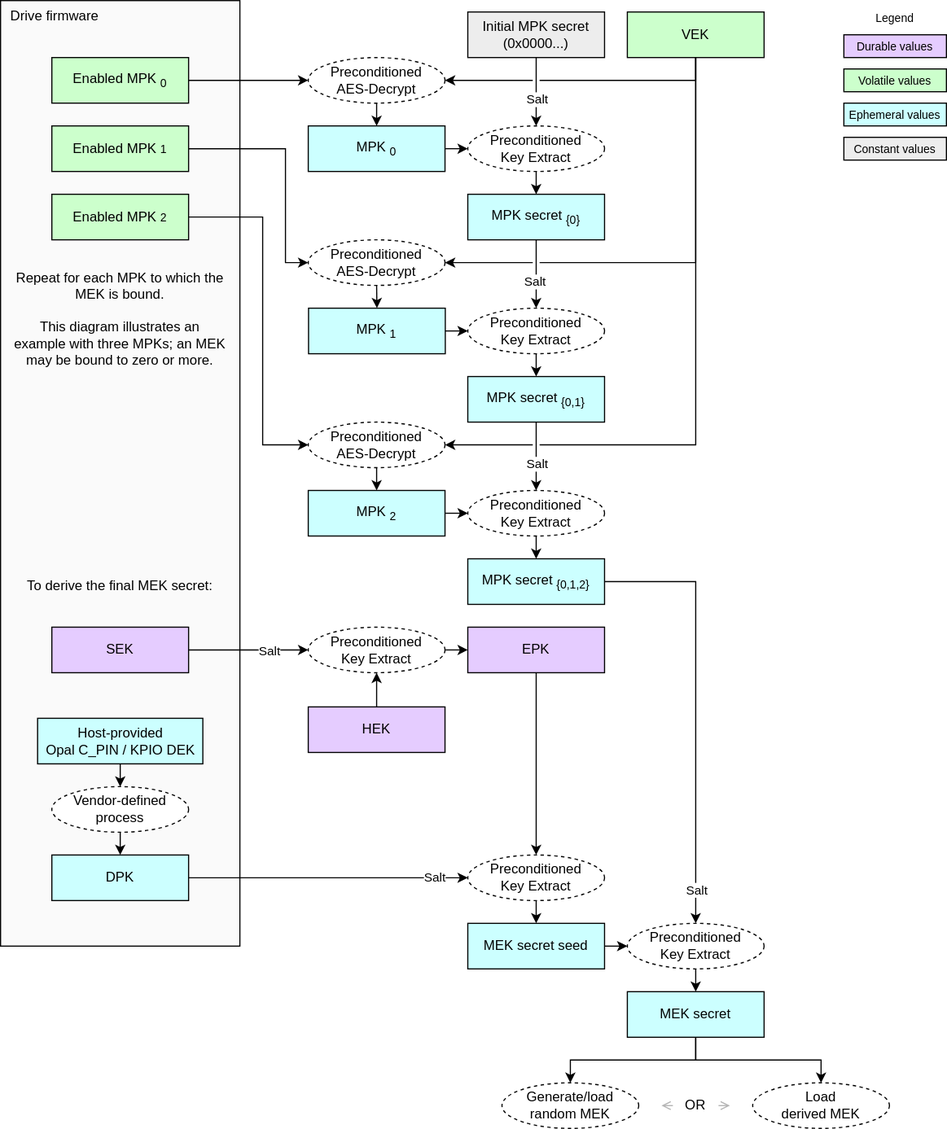
This is doc/ocp_lock/diagrams/mek_secret_derivation.drawio.svg from chipsalliance/Caliptra, a draw.io export, as it was before one commit. Source tidied: cells renumbered, new cells last; positions are measured from the earlier drawing's top-left corner, leaving out a move shared by most shapes.
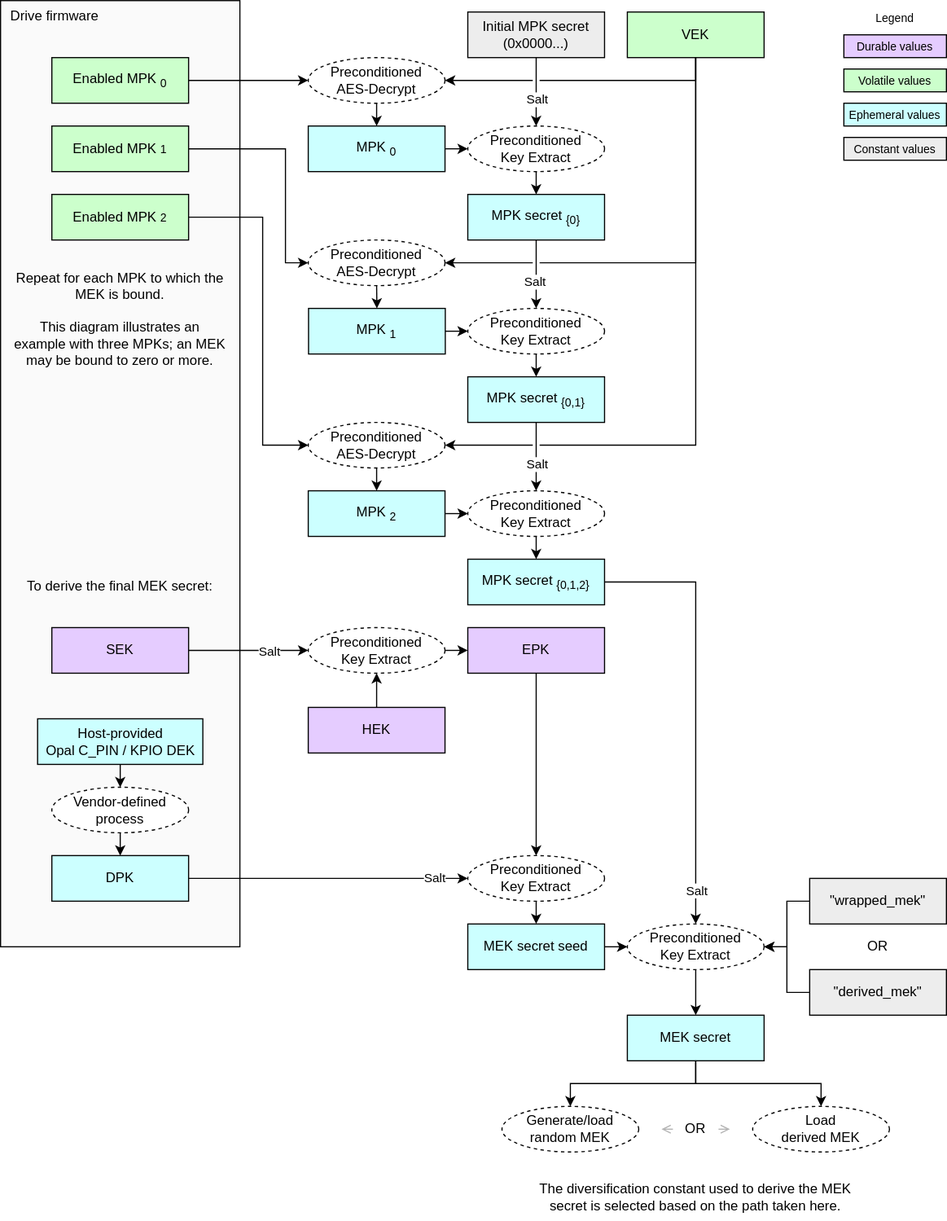
Later version of the same file.

Commit message:
Make better use of diversification constants. (#520)

What changed in the source:
```diff
@@ -131,7 +131,7 @@
       <mxGeometry x="20" y="500" width="170" height="40" as="geometry" />
     </mxCell>
     <mxCell id="41" value="Load&lt;div&gt;derived MEK&lt;/div&gt;" style="ellipse;whiteSpace=wrap;html=1;fillColor=#FFFFFF;dashed=1;" parent="1" vertex="1">
-      <mxGeometry x="660" y="950" width="120" height="40" as="geometry" />
+      <mxGeometry x="660" y="970" width="120" height="40" as="geometry" />
     </mxCell>
     <mxCell id="42" value="&lt;div&gt;&lt;font color=&quot;#000000&quot;&gt;Constant values&lt;/font&gt;&lt;/div&gt;" style="rounded=0;whiteSpace=wrap;html=1;align=center;verticalAlign=middle;shadow=0;glass=0;spacingLeft=0;spacingBottom=0;spacingTop=0;fillColor=#EDEDED;fontSize=10;" parent="1" vertex="1">
       <mxGeometry x="740" y="120" width="90" height="20" as="geometry" />
@@ -140,16 +140,16 @@
       <mxGeometry relative="1" as="geometry" />
     </mxCell>
     <mxCell id="44" value="OR" style="text;strokeColor=none;align=center;fillColor=none;html=1;verticalAlign=middle;whiteSpace=wrap;rounded=0;" parent="1" vertex="1">
-      <mxGeometry x="590" y="955" width="40" height="30" as="geometry" />
+      <mxGeometry x="590" y="975" width="40" height="30" as="geometry" />
     </mxCell>
     <mxCell id="45" value="&lt;div&gt;Generate/load random MEK&lt;/div&gt;" style="ellipse;whiteSpace=wrap;html=1;fillColor=#FFFFFF;dashed=1;" parent="1" vertex="1">
-      <mxGeometry x="440" y="950" width="120" height="40" as="geometry" />
+      <mxGeometry x="440" y="970" width="120" height="40" as="geometry" />
     </mxCell>
     <mxCell id="46" style="edgeStyle=orthogonalEdgeStyle;endArrow=classic;html=1;rounded=0;endSize=6;startSize=6;entryX=0.5;entryY=0;entryDx=0;entryDy=0;exitX=0.5;exitY=1;exitDx=0;exitDy=0;" parent="1" edge="1" source="47" target="41">
       <mxGeometry relative="1" as="geometry" />
     </mxCell>
     <mxCell id="47" value="&lt;div&gt;&lt;font color=&quot;#000000&quot;&gt;MEK secret&lt;/font&gt;&lt;/div&gt;" style="rounded=0;whiteSpace=wrap;html=1;align=center;verticalAlign=middle;shadow=0;glass=0;spacingLeft=0;spacingBottom=0;spacingTop=0;fillColor=#CCFFFF;" parent="1" vertex="1">
-      <mxGeometry x="550" y="870" width="120" height="40" as="geometry" />
+      <mxGeometry x="550" y="890" width="120" height="40" as="geometry" />
     </mxCell>
     <mxCell id="48" style="edgeStyle=none;html=1;exitX=0.5;exitY=1;exitDx=0;exitDy=0;entryX=0.5;entryY=0;entryDx=0;entryDy=0;" parent="1" edge="1" source="49" target="36">
       <mxGeometry relative="1" as="geometry" />
@@ -168,12 +168,12 @@
     </mxCell>
     <mxCell id="53" style="endArrow=open;html=1;rounded=0;endSize=6;startSize=6;exitX=1;exitY=0.5;exitDx=0;exitDy=0;strokeColor=#B3B3B3;endFill=0;" parent="1" edge="1" source="44">
       <mxGeometry relative="1" as="geometry">
-        <mxPoint x="640" y="970" as="targetPoint" />
+        <mxPoint x="640" y="990" as="targetPoint" />
       </mxGeometry>
     </mxCell>
     <mxCell id="54" style="endArrow=open;html=1;rounded=0;endSize=6;startSize=6;exitX=0;exitY=0.5;exitDx=0;exitDy=0;strokeColor=#B3B3B3;endFill=0;" parent="1" edge="1" source="44">
       <mxGeometry relative="1" as="geometry">
-        <mxPoint x="580" y="970" as="targetPoint" />
+        <mxPoint x="580" y="990" as="targetPoint" />
       </mxGeometry>
     </mxCell>
     <mxCell id="55" style="endArrow=classic;html=1;rounded=0;endSize=6;startSize=6;entryX=0.5;entryY=0;entryDx=0;entryDy=0;exitX=0.5;exitY=1;exitDx=0;exitDy=0;elbow=vertical;jumpStyle=gap;" parent="1" edge="1" source="16" target="17">
@@ -275,5 +275,23 @@
     <mxCell id="79" value="&lt;div&gt;&lt;font color=&quot;#000000&quot;&gt;MEK secret seed&lt;/font&gt;&lt;/div&gt;" style="rounded=0;whiteSpace=wrap;html=1;align=center;verticalAlign=middle;shadow=0;glass=0;spacingLeft=0;spacingBottom=0;spacingTop=0;fillColor=#CCFFFF;" parent="1" vertex="1">
       <mxGeometry x="410" y="810" width="120" height="40" as="geometry" />
     </mxCell>
+    <mxCell id="80" style="edgeStyle=orthogonalEdgeStyle;html=1;exitX=0;exitY=0.5;exitDx=0;exitDy=0;entryX=1;entryY=0.5;entryDx=0;entryDy=0;rounded=0;" parent="1" edge="1" source="81" target="31">
+      <mxGeometry relative="1" as="geometry" />
+    </mxCell>
+    <mxCell id="81" value="&lt;div&gt;&lt;font color=&quot;#000000&quot;&gt;&quot;wrapped_mek&quot;&lt;/font&gt;&lt;/div&gt;" style="rounded=0;whiteSpace=wrap;html=1;align=center;verticalAlign=middle;shadow=0;glass=0;spacingLeft=0;spacingBottom=0;spacingTop=0;fillColor=#EDEDED;" parent="1" vertex="1">
+      <mxGeometry x="710" y="770" width="120" height="40" as="geometry" />
+    </mxCell>
+    <mxCell id="82" style="edgeStyle=orthogonalEdgeStyle;html=1;exitX=0;exitY=0.5;exitDx=0;exitDy=0;entryX=1;entryY=0.5;entryDx=0;entryDy=0;rounded=0;" parent="1" edge="1" source="83" target="31">
+      <mxGeometry relative="1" as="geometry" />
+    </mxCell>
+    <mxCell id="83" value="&lt;div&gt;&lt;font color=&quot;#000000&quot;&gt;&quot;derived_mek&quot;&lt;/font&gt;&lt;/div&gt;" style="rounded=0;whiteSpace=wrap;html=1;align=center;verticalAlign=middle;shadow=0;glass=0;spacingLeft=0;spacingBottom=0;spacingTop=0;fillColor=#EDEDED;" parent="1" vertex="1">
+      <mxGeometry x="710" y="850" width="120" height="40" as="geometry" />
+    </mxCell>
+    <mxCell id="84" value="OR" style="text;strokeColor=none;align=center;fillColor=none;html=1;verticalAlign=middle;whiteSpace=wrap;rounded=0;" parent="1" vertex="1">
+      <mxGeometry x="750" y="815" width="40" height="30" as="geometry" />
+    </mxCell>
+    <mxCell id="85" value="&lt;div&gt;&lt;span style=&quot;color: rgb(0, 0, 0);&quot;&gt;The diversification constant used to derive the MEK&lt;/span&gt;&lt;/div&gt;&lt;div&gt;&lt;span style=&quot;color: rgb(0, 0, 0);&quot;&gt;secret is selected based on the path taken here.&lt;/span&gt;&lt;span style=&quot;background-color: transparent;&quot;&gt;&lt;/span&gt;&lt;/div&gt;" style="text;strokeColor=none;align=center;fillColor=none;html=1;verticalAlign=middle;whiteSpace=wrap;rounded=0;" parent="1" vertex="1">
+      <mxGeometry x="440" y="1030" width="340" height="40" as="geometry" />
+    </mxCell>
   </root>
 </mxGraphModel>
```
